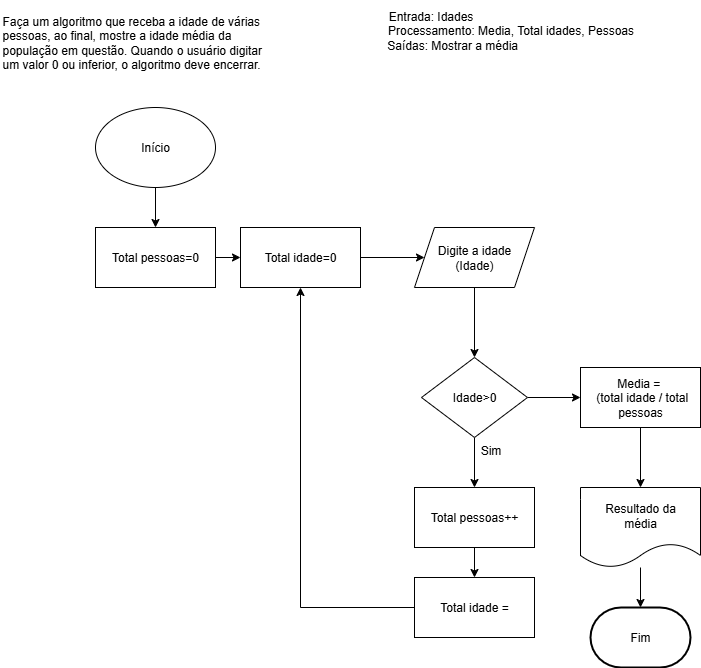
Above: idade_varia_pessoas.drawio.png in RafaelAvilac/Fluxograma (draw.io), before the change. Source tidied: cells renumbered, new cells last; positions are measured from the earlier drawing's top-left corner, leaving out a move shared by most shapes.
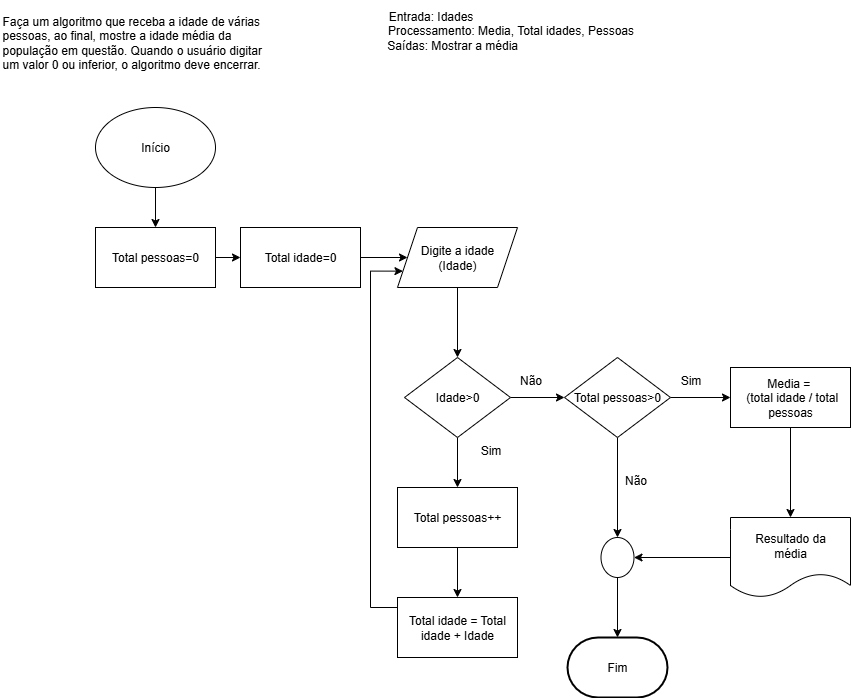
Later version of the same file.

The edit, as a diff of the source:
```diff
@@ -18,7 +18,7 @@
       <mxGeometry relative="1" as="geometry" />
     </mxCell>
     <mxCell id="7" value="Digite a idade&lt;div&gt;(Idade)&lt;/div&gt;" style="shape=parallelogram;perimeter=parallelogramPerimeter;whiteSpace=wrap;html=1;fixedSize=1;" parent="1" vertex="1">
-      <mxGeometry x="414" y="227" width="120" height="60" as="geometry" />
+      <mxGeometry x="397" y="227" width="120" height="60" as="geometry" />
     </mxCell>
     <mxCell id="8" style="edgeStyle=orthogonalEdgeStyle;rounded=0;jettySize=auto;html=1;" parent="1" edge="1" source="9" target="11">
       <mxGeometry relative="1" as="geometry" />
@@ -35,41 +35,70 @@
     <mxCell id="12" style="edgeStyle=orthogonalEdgeStyle;rounded=0;jettySize=auto;html=1;" parent="1" edge="1" source="14" target="16">
       <mxGeometry relative="1" as="geometry" />
     </mxCell>
-    <mxCell id="13" style="edgeStyle=orthogonalEdgeStyle;rounded=0;jettySize=auto;html=1;entryX=0;entryY=0.5;entryDx=0;entryDy=0;" parent="1" edge="1" source="14" target="21">
-      <mxGeometry relative="1" as="geometry" />
-    </mxCell>
+    <mxCell id="25" style="edgeStyle=orthogonalEdgeStyle;rounded=0;jettySize=auto;html=1;" parent="1" edge="1" source="14" target="29">
+      <mxGeometry relative="1" as="geometry" />
+    </mxCell>
     <mxCell id="14" value="Idade&amp;gt;0" style="rhombus;whiteSpace=wrap;html=1;" parent="1" vertex="1">
-      <mxGeometry x="421" y="357" width="106" height="80" as="geometry" />
+      <mxGeometry x="404" y="357" width="106" height="80" as="geometry" />
     </mxCell>
     <mxCell id="15" style="edgeStyle=orthogonalEdgeStyle;rounded=0;jettySize=auto;html=1;" parent="1" edge="1" source="16" target="19">
       <mxGeometry relative="1" as="geometry" />
     </mxCell>
     <mxCell id="16" value="Total pessoas++" style="whiteSpace=wrap;html=1;" parent="1" vertex="1">
-      <mxGeometry x="414" y="487" width="120" height="60" as="geometry" />
+      <mxGeometry x="397" y="487" width="120" height="60" as="geometry" />
     </mxCell>
     <mxCell id="17" value="Sim" style="text;html=1;align=center;verticalAlign=middle;strokeColor=none;fillColor=none;" parent="1" vertex="1">
       <mxGeometry x="470" y="435" width="40" height="30" as="geometry" />
     </mxCell>
-    <mxCell id="18" style="edgeStyle=orthogonalEdgeStyle;rounded=0;jettySize=auto;html=1;entryX=0.5;entryY=1;entryDx=0;entryDy=0;" parent="1" edge="1" source="19" target="11">
-      <mxGeometry relative="1" as="geometry" />
+    <mxCell id="18" style="edgeStyle=orthogonalEdgeStyle;rounded=0;jettySize=auto;html=1;entryX=0;entryY=0.75;entryDx=0;entryDy=0;" parent="1" edge="1" source="19" target="7">
+      <mxGeometry relative="1" as="geometry">
+        <Array as="points">
+          <mxPoint x="370" y="607" />
+          <mxPoint x="370" y="271" />
+        </Array>
+      </mxGeometry>
     </mxCell>
-    <mxCell id="19" value="Total idade =" style="whiteSpace=wrap;html=1;" parent="1" vertex="1">
-      <mxGeometry x="414" y="577" width="120" height="60" as="geometry" />
+    <mxCell id="19" value="Total idade = Total idade + Idade" style="whiteSpace=wrap;html=1;" parent="1" vertex="1">
+      <mxGeometry x="397" y="597" width="120" height="60" as="geometry" />
     </mxCell>
     <mxCell id="20" style="edgeStyle=orthogonalEdgeStyle;rounded=0;jettySize=auto;html=1;" parent="1" edge="1" source="21" target="22">
       <mxGeometry relative="1" as="geometry" />
     </mxCell>
     <mxCell id="21" value="Media =&amp;nbsp;&lt;div&gt;&amp;nbsp;(&lt;span style=&quot;background-color: transparent; color: light-dark(rgb(0, 0, 0), rgb(255, 255, 255));&quot;&gt;total idade / total pessoas&lt;/span&gt;&lt;/div&gt;" style="whiteSpace=wrap;html=1;" parent="1" vertex="1">
-      <mxGeometry x="580" y="367" width="120" height="60" as="geometry" />
+      <mxGeometry x="730" y="367" width="120" height="60" as="geometry" />
     </mxCell>
+    <mxCell id="26" style="edgeStyle=orthogonalEdgeStyle;rounded=0;jettySize=auto;html=1;" parent="1" edge="1" source="22" target="30">
+      <mxGeometry relative="1" as="geometry" />
+    </mxCell>
     <mxCell id="22" value="Resultado da&lt;div&gt;média&lt;/div&gt;" style="shape=document;whiteSpace=wrap;html=1;boundedLbl=1;" parent="1" vertex="1">
-      <mxGeometry x="580" y="487" width="120" height="80" as="geometry" />
+      <mxGeometry x="730" y="517" width="120" height="80" as="geometry" />
     </mxCell>
     <mxCell id="23" value="Fim" style="strokeWidth=2;html=1;shape=mxgraph.flowchart.terminator;whiteSpace=wrap;" parent="1" vertex="1">
-      <mxGeometry x="590" y="607" width="100" height="60" as="geometry" />
+      <mxGeometry x="567" y="637" width="100" height="60" as="geometry" />
     </mxCell>
-    <mxCell id="24" style="edgeStyle=orthogonalEdgeStyle;rounded=0;jettySize=auto;html=1;entryX=0.5;entryY=0;entryDx=0;entryDy=0;entryPerimeter=0;" parent="1" edge="1" source="22" target="23">
-      <mxGeometry relative="1" as="geometry" />
-    </mxCell>
+    <mxCell id="27" style="edgeStyle=orthogonalEdgeStyle;rounded=0;jettySize=auto;html=1;entryX=0;entryY=0.5;entryDx=0;entryDy=0;" parent="1" edge="1" source="29" target="21">
+      <mxGeometry relative="1" as="geometry" />
+    </mxCell>
+    <mxCell id="28" style="edgeStyle=orthogonalEdgeStyle;rounded=0;jettySize=auto;html=1;" parent="1" edge="1" source="29" target="30">
+      <mxGeometry relative="1" as="geometry" />
+    </mxCell>
+    <mxCell id="29" value="Total pessoas&amp;gt;0" style="rhombus;whiteSpace=wrap;html=1;" parent="1" vertex="1">
+      <mxGeometry x="564" y="357" width="106" height="80" as="geometry" />
+    </mxCell>
+    <mxCell id="30" style="ellipse;whiteSpace=wrap;html=1;" parent="1" vertex="1">
+      <mxGeometry x="600.5" y="537" width="33" height="40" as="geometry" />
+    </mxCell>
+    <mxCell id="31" style="edgeStyle=orthogonalEdgeStyle;rounded=0;jettySize=auto;html=1;entryX=0.5;entryY=0;entryDx=0;entryDy=0;entryPerimeter=0;" parent="1" edge="1" source="30" target="23">
+      <mxGeometry relative="1" as="geometry" />
+    </mxCell>
+    <mxCell id="32" value="Não" style="text;html=1;align=center;verticalAlign=middle;strokeColor=none;fillColor=none;" parent="1" vertex="1">
+      <mxGeometry x="505" y="365" width="50" height="30" as="geometry" />
+    </mxCell>
+    <mxCell id="33" value="Sim" style="text;html=1;align=center;verticalAlign=middle;strokeColor=none;fillColor=none;" parent="1" vertex="1">
+      <mxGeometry x="670" y="365" width="40" height="30" as="geometry" />
+    </mxCell>
+    <mxCell id="34" value="Não" style="text;html=1;align=center;verticalAlign=middle;strokeColor=none;fillColor=none;" parent="1" vertex="1">
+      <mxGeometry x="610" y="465" width="50" height="30" as="geometry" />
+    </mxCell>
   </root>
 </mxGraphModel>
```
